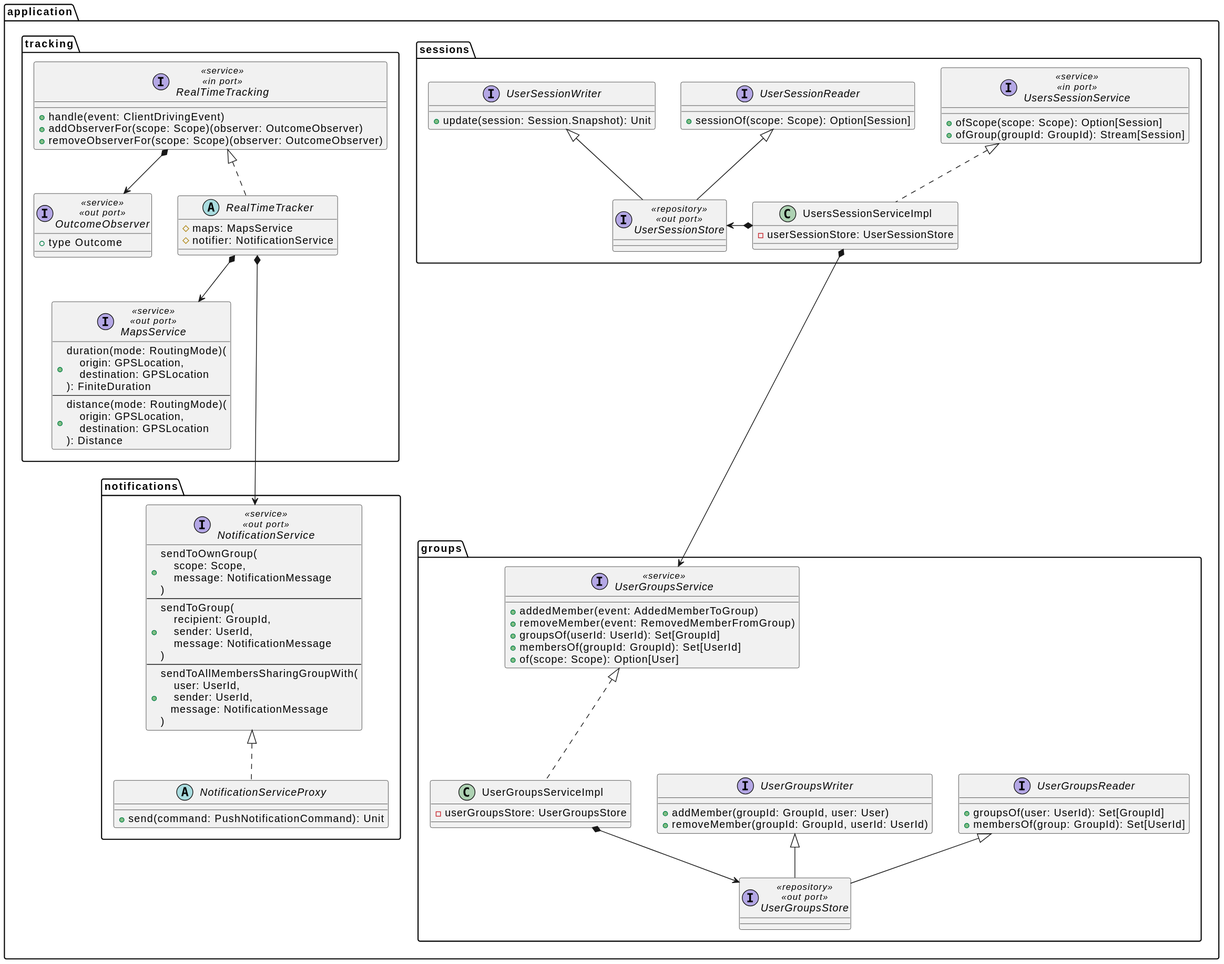
Earlier version of the PlantUML export res/location-service-infrastructure-light.svg (position-pal/position-pal.github.io).
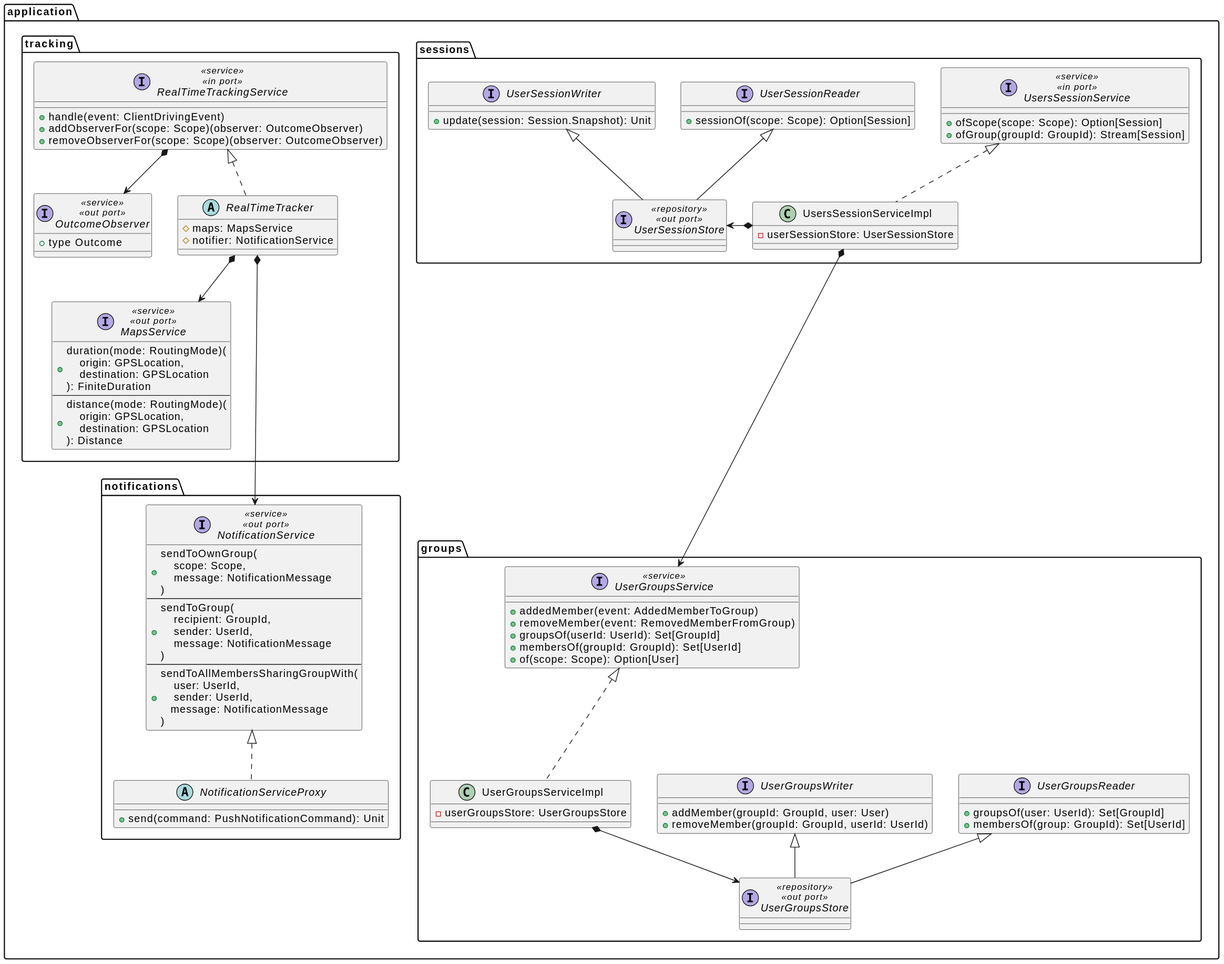
Later version of the same file.

The edit, as a diff of the source:
```diff
@@ -70,14 +70,14 @@
             + type Outcome
         }
 
-        interface RealTimeTracking <<service>> <<in port>> {
+        interface RealTimeTrackingService <<service>> <<in port>> {
             + handle(event: ClientDrivingEvent)
             + addObserverFor(scope: Scope)(observer: OutcomeObserver)
             + removeObserverFor(scope: Scope)(observer: OutcomeObserver)
         }
-        RealTimeTracking *--> OutcomeObserver
+        RealTimeTrackingService *--> OutcomeObserver
 
-        abstract class RealTimeTracker implements RealTimeTracking {
+        abstract class RealTimeTracker implements RealTimeTrackingService {
             # maps: MapsService
             # notifier: NotificationService
         }
```
